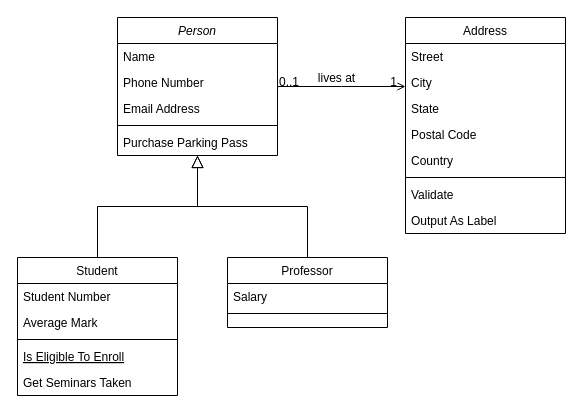
This is 未命名绘图.drawio from b253716329/-, a draw.io file, before an edit. Source tidied: cells renumbered, new cells numbered last; positions are measured from the earlier drawing's top-left corner, leaving out a move shared by most shapes. Both pictures are drawn from the tidied source at 100%, with x=0, y=0 at pixel (17, 17).
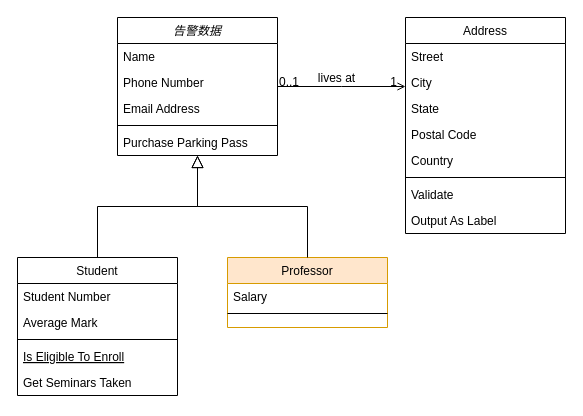
After the change.

The edit, as a diff of the source:
```diff
@@
-    <mxCell id="2" value="Person" style="swimlane;fontStyle=2;align=center;verticalAlign=top;horizontal=1;startSize=26;rounded=0;shadow=0;strokeWidth=1;" parent="1" vertex="1">
+    <mxCell id="2" value="告警数据" style="swimlane;fontStyle=2;align=center;verticalAlign=top;horizontal=1;startSize=26;rounded=0;shadow=0;strokeWidth=1;" parent="1" vertex="1">
       <mxGeometry x="100" width="160" height="138" as="geometry" />
     </mxCell>
@@
-    <mxCell id="15" value="Professor" style="swimlane;fontStyle=0;align=center;verticalAlign=top;horizontal=1;startSize=26;rounded=0;shadow=0;strokeWidth=1;" parent="1" vertex="1">
+    <mxCell id="15" value="Professor" style="swimlane;fontStyle=0;align=center;verticalAlign=top;horizontal=1;startSize=26;rounded=0;shadow=0;strokeWidth=1;fillColor=#ffe6cc;strokeColor=#d79b00;" parent="1" vertex="1">
       <mxGeometry x="210" y="240" width="160" height="70" as="geometry" />
     </mxCell>
```
